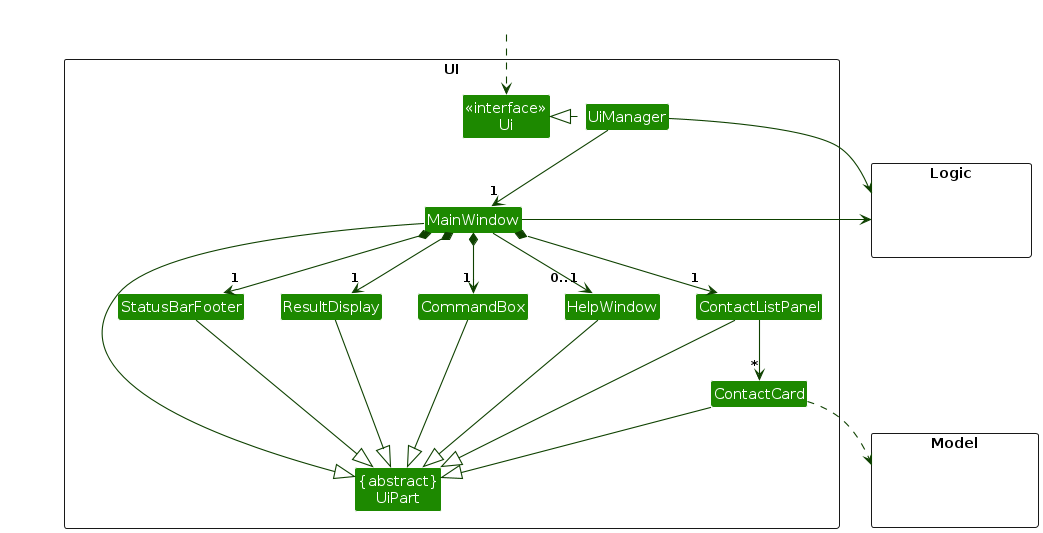
Above: diagrams/UiClassDiagram.png in AY2526S1-CS2103T-T15-2/tp (PlantUML), before the change. Its source is kept beside it as diagrams/UiClassDiagram.puml. Its diagram source:
```plantuml
@startuml
!include style.puml
skinparam arrowThickness 1.1
skinparam arrowColor UI_COLOR_T4
skinparam classBackgroundColor UI_COLOR

package UI <<Rectangle>>{
Class "<<interface>>\nUi" as Ui
Class "{abstract}\nUiPart" as UiPart
Class UiManager
Class MainWindow
Class HelpWindow
Class ResultDisplay
Class ContactListPanel
Class ContactCard
Class StatusBarFooter
Class CommandBox
}

package Model <<Rectangle>> {
Class HiddenModel #FFFFFF
}

package Logic <<Rectangle>> {
Class HiddenLogic #FFFFFF
}

Class HiddenOutside #FFFFFF
HiddenOutside ..> Ui

UiManager .left.|> Ui
UiManager -down-> "1" MainWindow
MainWindow *-down->  "1" CommandBox
MainWindow *-down-> "1" ResultDisplay
MainWindow *-down-> "1" ContactListPanel
MainWindow *-down-> "1" StatusBarFooter
MainWindow --> "0..1" HelpWindow

ContactListPanel -down-> "*" ContactCard

MainWindow -left-|> UiPart

ResultDisplay --|> UiPart
CommandBox --|> UiPart
ContactListPanel --|> UiPart
ContactCard --|> UiPart
StatusBarFooter --|> UiPart
HelpWindow --|> UiPart

ContactCard ..> Model
UiManager -right-> Logic
MainWindow -left-> Logic

ContactListPanel -[hidden]left- HelpWindow
HelpWindow -[hidden]left- CommandBox
CommandBox -[hidden]left- ResultDisplay
ResultDisplay -[hidden]left- StatusBarFooter

MainWindow -[hidden]-|> UiPart
@enduml
```
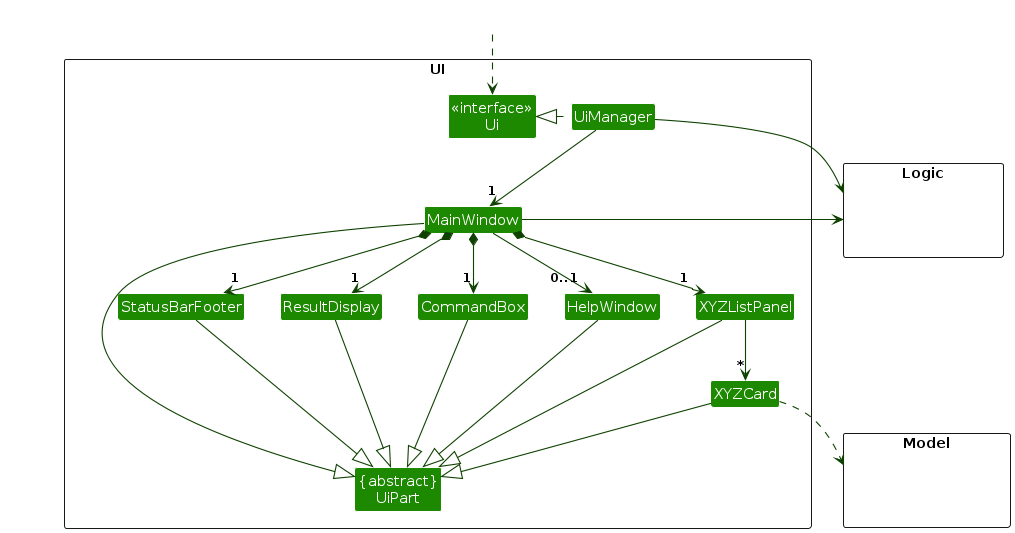
The same file after the commit.

Diff of the diagram source:
```diff
@@ -11,8 +11,8 @@
 Class MainWindow
 Class HelpWindow
 Class ResultDisplay
-Class ContactListPanel
-Class ContactCard
+Class XYZListPanel
+Class XYZCard
 Class StatusBarFooter
 Class CommandBox
 }
@@ -32,26 +32,26 @@
 UiManager -down-> "1" MainWindow
 MainWindow *-down->  "1" CommandBox
 MainWindow *-down-> "1" ResultDisplay
-MainWindow *-down-> "1" ContactListPanel
+MainWindow *-down-> "1" XYZListPanel
 MainWindow *-down-> "1" StatusBarFooter
 MainWindow --> "0..1" HelpWindow
 
-ContactListPanel -down-> "*" ContactCard
+XYZListPanel -down-> "*" XYZCard
 
 MainWindow -left-|> UiPart
 
 ResultDisplay --|> UiPart
 CommandBox --|> UiPart
-ContactListPanel --|> UiPart
-ContactCard --|> UiPart
+XYZListPanel --|> UiPart
+XYZCard --|> UiPart
 StatusBarFooter --|> UiPart
 HelpWindow --|> UiPart
 
-ContactCard ..> Model
+XYZCard ..> Model
 UiManager -right-> Logic
 MainWindow -left-> Logic
 
-ContactListPanel -[hidden]left- HelpWindow
+XYZListPanel -[hidden]left- HelpWindow
 HelpWindow -[hidden]left- CommandBox
 CommandBox -[hidden]left- ResultDisplay
 ResultDisplay -[hidden]left- StatusBarFooter
```
